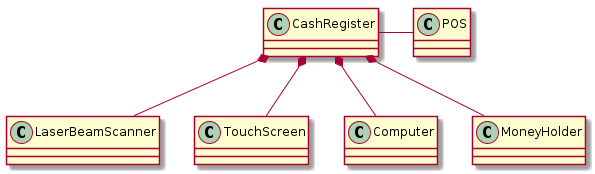
This is Deliverables/img/system_design.png from BMike10/EzShop, a PlantUML export, as it was before one commit. The source it was exported from:
```plantuml
@startuml system_design
	class CashRegister
	class LaserBeamScanner
	class POS

	CashRegister *-- LaserBeamScanner
	CashRegister *-- TouchScreen
	CashRegister *-- Computer
	CashRegister *-- MoneyHolder
	CashRegister - POS
@enduml
```
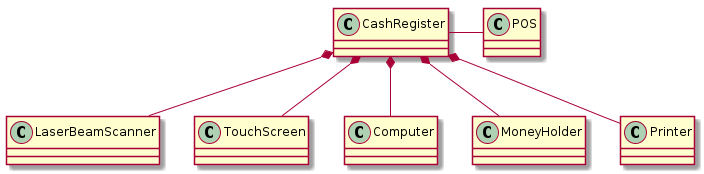
The same diagram one commit later.

What changed in the source:
```diff
@@ -7,5 +7,6 @@
 	CashRegister *-- TouchScreen
 	CashRegister *-- Computer
 	CashRegister *-- MoneyHolder
+	CashRegister *-- Printer
 	CashRegister - POS
 @enduml
```
